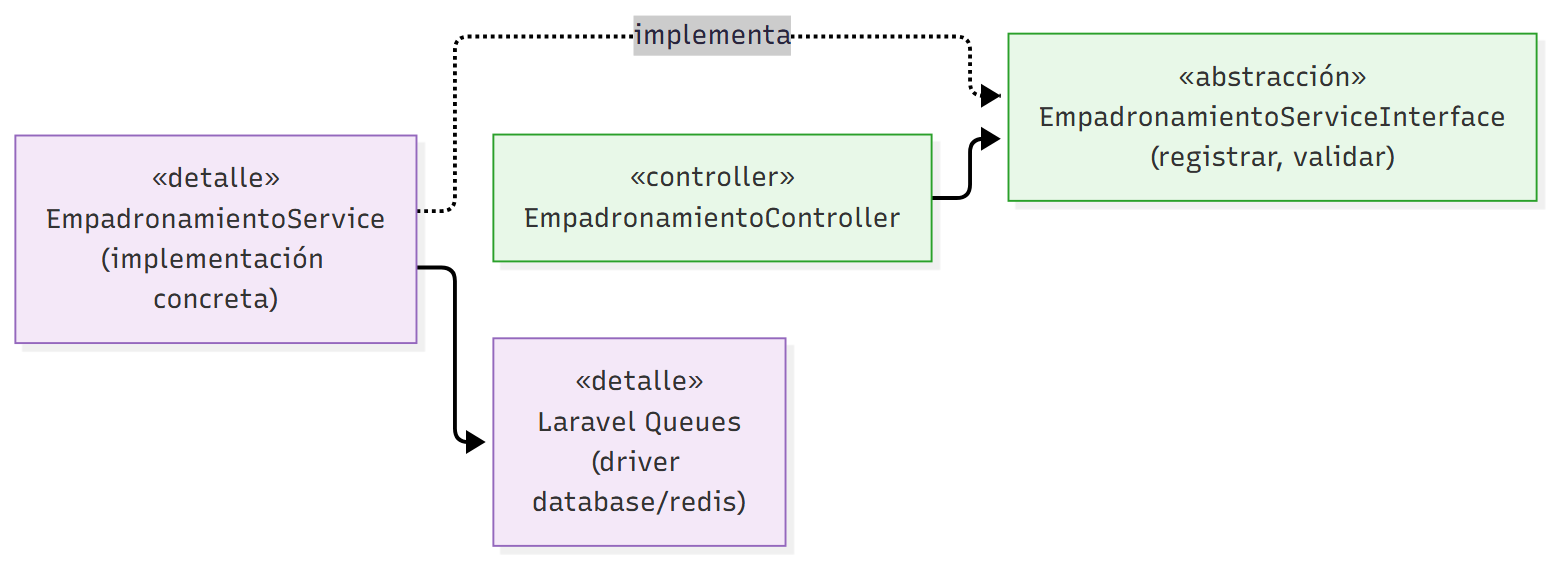
Earlier version of the Mermaid export img/principios-dip.png (gabrielquispe27-ops/Sistema-Empadronamiento_arquiSoft_Quispe-02). Its source is kept beside it as img/fuentes-mermaid/principios-dip.mmd. The source it was exported from:
```mermaid
flowchart LR
    classDef high fill:#e8f8e8,stroke:#2ca02c,stroke-width:1px,color:#333
    classDef low fill:#f4e8f8,stroke:#9467bd,stroke-width:1px,color:#333

    C["«controller»\nEmpadronamientoController"]:::high
    S["«abstracción»\nEmpadronamientoServiceInterface\n(registrar, validar)"]:::high
    SI["«detalle»\nEmpadronamientoService\n(implementación concreta)"]:::low
    Q["«detalle»\nLaravel Queues\n(driver database/redis)"]:::low

    C --> S
    SI -. "implementa" .-> S
    SI --> Q
```
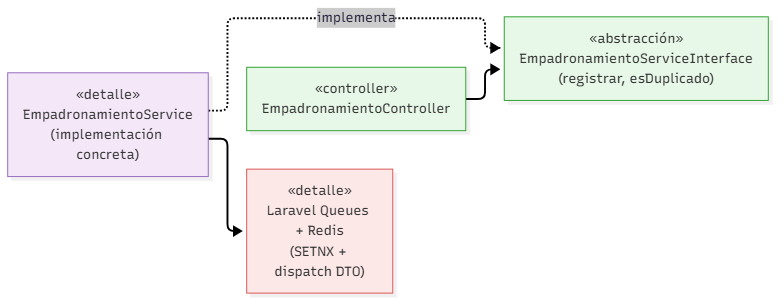
The same diagram one commit later.

Change to the diagram source:
```diff
@@ -1,11 +1,12 @@
 flowchart LR
     classDef high fill:#e8f8e8,stroke:#2ca02c,stroke-width:1px,color:#333
     classDef low fill:#f4e8f8,stroke:#9467bd,stroke-width:1px,color:#333
+    classDef queue fill:#fde8e8,stroke:#d9534f,stroke-width:1px,color:#333
 
     C["«controller»\nEmpadronamientoController"]:::high
-    S["«abstracción»\nEmpadronamientoServiceInterface\n(registrar, validar)"]:::high
+    S["«abstracción»\nEmpadronamientoServiceInterface\n(registrar, esDuplicado)"]:::high
     SI["«detalle»\nEmpadronamientoService\n(implementación concreta)"]:::low
-    Q["«detalle»\nLaravel Queues\n(driver database/redis)"]:::low
+    Q["«detalle»\nLaravel Queues + Redis\n(SETNX + dispatch DTO)"]:::queue
 
     C --> S
     SI -. "implementa" .-> S
```
